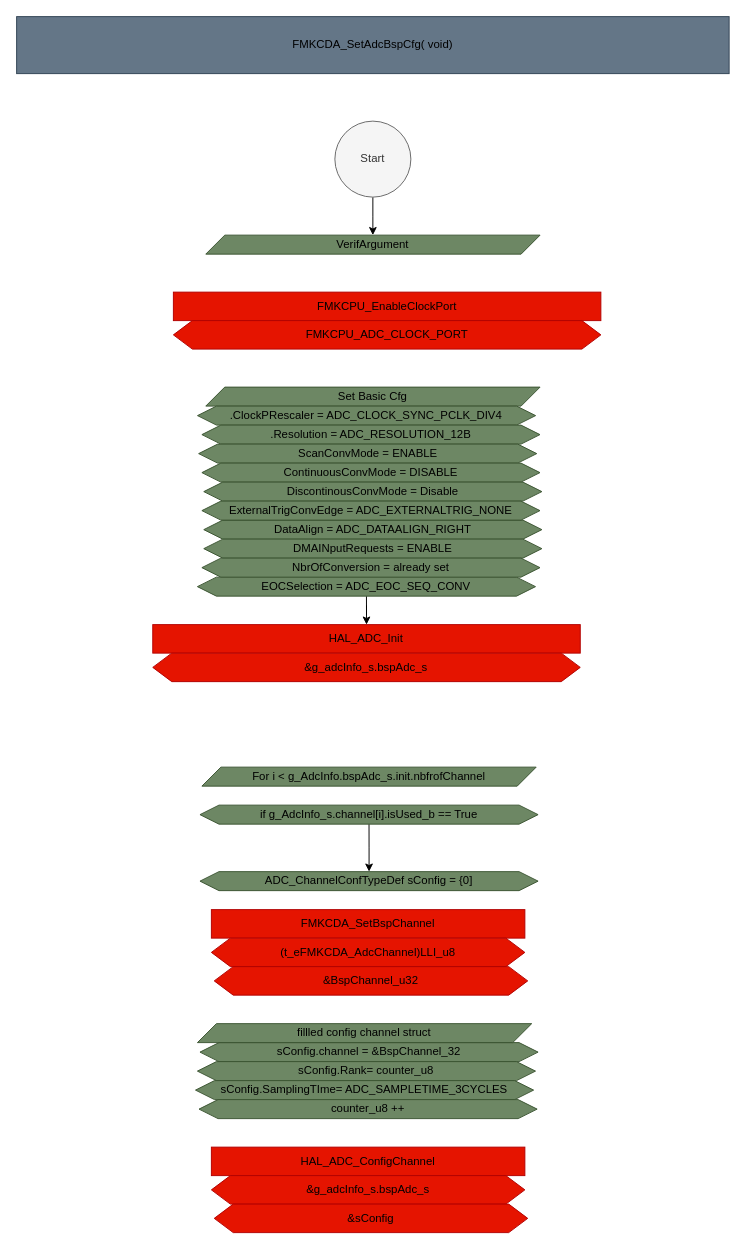
Earlier version of the draw.io diagram page "sFunc_SetAdcBspCfg" (4 of 8) of src/1_FMK/FMK_HAL/FMK_CDA/Doc/FMK_CDA.drawio (mbarbeau0545/Stm32PrjTpl). Source tidied: cells renumbered, new cells numbered last; positions are measured from the earlier drawing's top-left corner, leaving out a move shared by most shapes. Both pictures are drawn from the tidied source at 95%, with x=0, y=0 at pixel (16, 16).
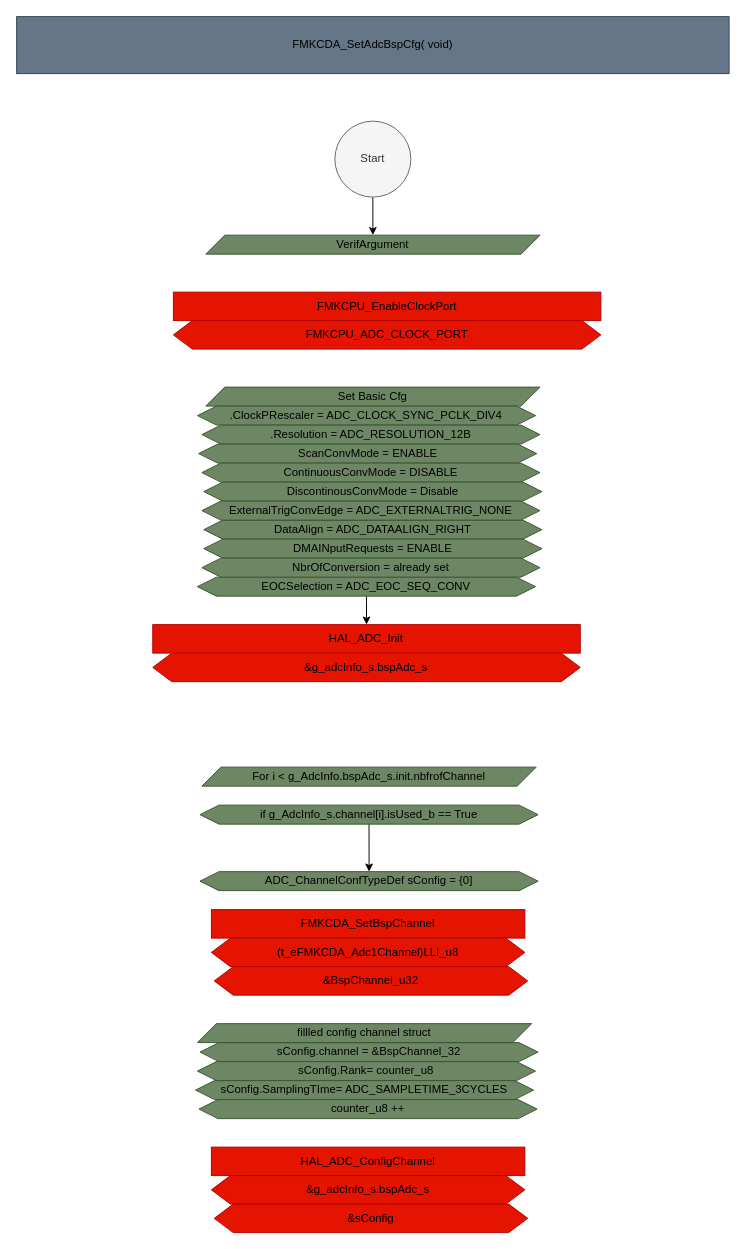
Above is the later version.

The change refers to these unchanged cells:
```xml
<mxCell id="21" style="group;" parent="1" vertex="1">
  <mxGeometry x="205" y="940" width="330" height="60" as="geometry" />
</mxCell>
```

Diff of the diagram source:
```diff
@@
-    <mxCell id="23" value="(&lt;span style=&quot;text-align: left; text-wrap: nowrap;&quot;&gt;t_eFMKCDA_AdcChannel&lt;/span&gt;)LLI_u8" style="shape=hexagon;perimeter=hexagonPerimeter2;whiteSpace=wrap;html=1;fixedSize=1;fillColor=#e51400;fontColor=#000000;strokeColor=#B20000;" parent="21" vertex="1">
+    <mxCell id="23" value="(&lt;span style=&quot;text-align: left; text-wrap: nowrap;&quot;&gt;t_eFMKCDA_Adc1Channel&lt;/span&gt;)LLI_u8" style="shape=hexagon;perimeter=hexagonPerimeter2;whiteSpace=wrap;html=1;fixedSize=1;fillColor=#e51400;fontColor=#000000;strokeColor=#B20000;" parent="21" vertex="1">
       <mxGeometry y="30" width="330" height="30" as="geometry" />
     </mxCell>
```
